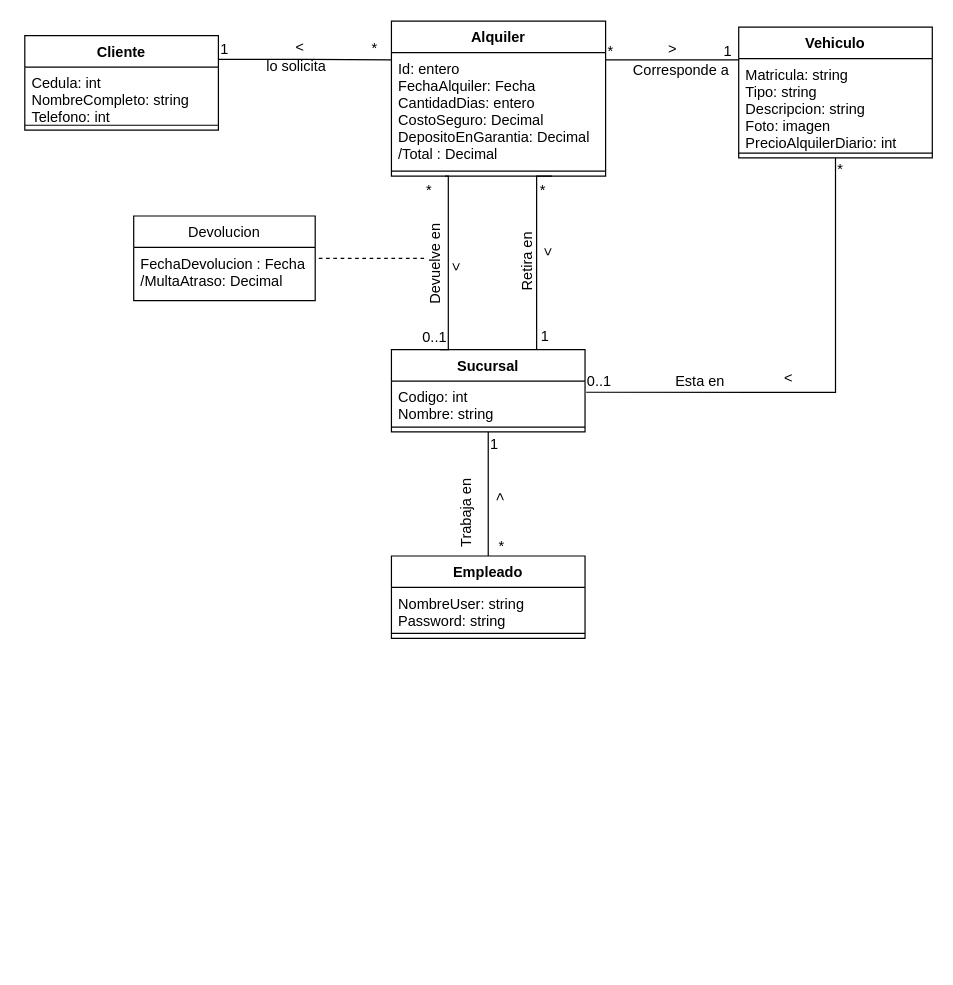
Earlier version of the draw.io diagram Diagramas/ModeloConceptual.drawio (KaTTNico/BIOSRent). Source tidied: cells renumbered, new cells numbered last; positions are measured from the earlier drawing's top-left corner, leaving out a move shared by most shapes. Both pictures are drawn from the tidied source at 121%, with x=0, y=0 at pixel (24, 21).
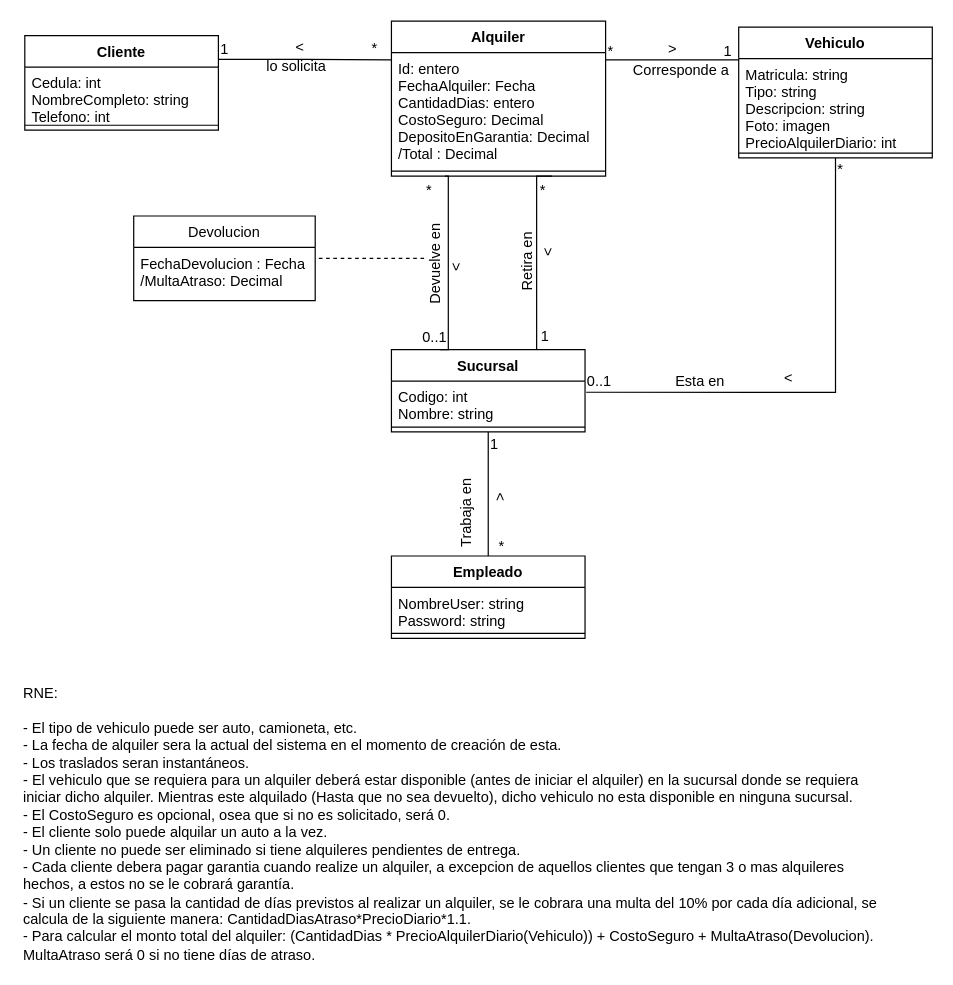
The same diagram, later.

The edit, as a diff of the source:
```diff
@@
+    <mxCell id="50" value="RNE:&lt;br&gt;&lt;br&gt;- El tipo de vehiculo puede ser auto, camioneta, etc.&lt;br&gt;- La fecha de alquiler sera la actual del sistema en el momento de creación de esta.&lt;br&gt;- Los traslados seran instantáneos.&lt;br&gt;-&amp;nbsp;&lt;span&gt;El vehiculo que se requiera para un alquiler deberá estar disponible (antes de iniciar el alquiler) en la sucursal donde se requiera &lt;br&gt;iniciar dicho alquiler. Mientras este alquilado (Hasta que no sea devuelto), dicho vehiculo no esta disponible en ninguna sucursal.&lt;/span&gt;&lt;br&gt;- El CostoSeguro es opcional, osea que si no es solicitado, será 0.&lt;br&gt;- El cliente solo puede alquilar un auto a la vez.&lt;br&gt;- Un cliente no puede ser eliminado si tiene alquileres pendientes de entrega.&lt;br&gt;- Cada cliente debera pagar garantia cuando realize un alquiler, a excepcion de aquellos&amp;nbsp;clientes que tengan 3 o mas alquileres &lt;br&gt;hechos, a estos no se le cobrará garantía.&lt;br&gt;- Si un cliente se pasa la cantidad de días previstos al realizar un alquiler, se le cobrara una multa del 10% por cada día adicional, se&amp;nbsp;&lt;br&gt;calcula de la siguiente manera: CantidadDiasAtraso*PrecioDiario*1.1.&lt;br&gt;- Para calcular el monto total del alquiler: (CantidadDias * PrecioAlquilerDiario(Vehiculo)) + CostoSeguro + MultaAtraso(Devolucion).&lt;br&gt;MultaAtraso será 0 si no tiene días de atraso.&lt;br&gt;" style="text;html=1;align=left;verticalAlign=top;spacingTop=-4;" parent="1" vertex="1">
+      <mxGeometry x="-3" y="546" width="720" height="230" as="geometry" />
+    </mxCell>
```
